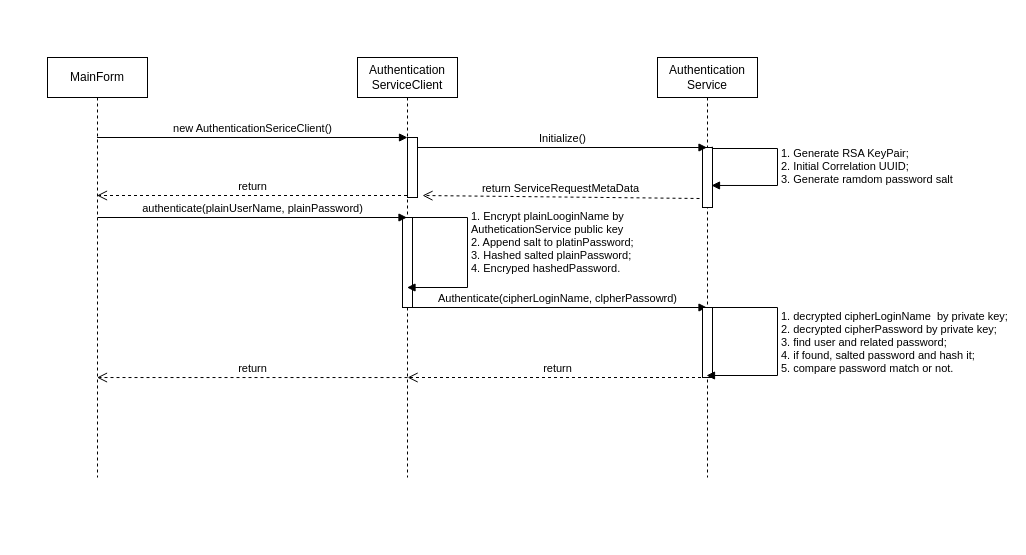
Above: img/SequenceDiagram.drawio in smling/security-authentication (draw.io), before the change. Source tidied: cells renumbered, new cells numbered last; positions are measured from the earlier drawing's top-left corner, leaving out a move shared by most shapes. Both pictures are drawn from the tidied source at 100%, with x=0, y=0 at pixel (47, 57).
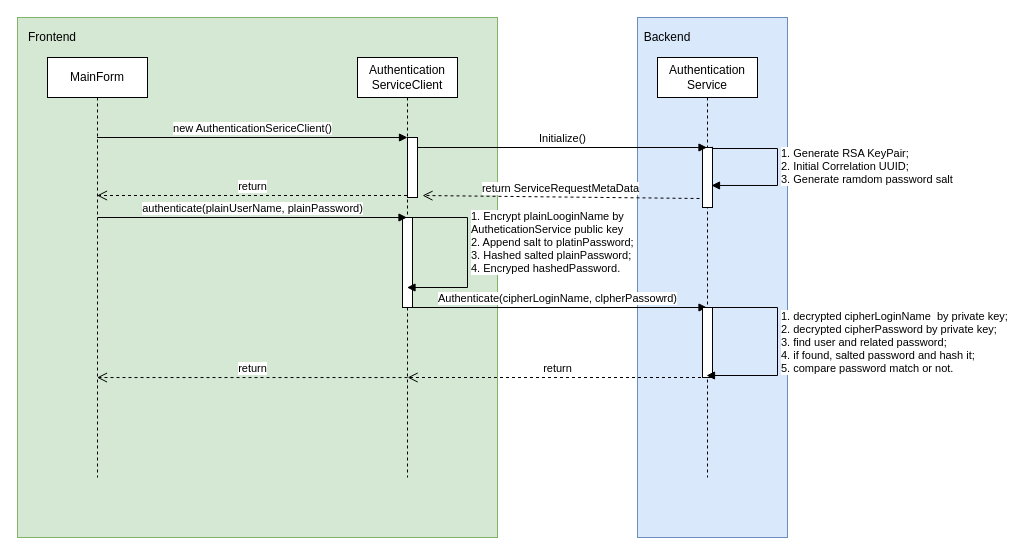
The same page after the edit.

Diff of the diagram source:
```diff
@@
+    <mxCell id="20" style="rounded=0;whiteSpace=wrap;html=1;fillColor=#dae8fc;strokeColor=#6c8ebf;" parent="1" vertex="1">
+      <mxGeometry x="590" y="-40" width="150" height="520" as="geometry" />
+    </mxCell>
+    <mxCell id="21" style="rounded=0;whiteSpace=wrap;html=1;fillColor=#d5e8d4;strokeColor=#82b366;" parent="1" vertex="1">
+      <mxGeometry x="-30" y="-40" width="480" height="520" as="geometry" />
+    </mxCell>
@@
+    <mxCell id="22" value="Frontend" style="text;html=1;strokeColor=none;fillColor=none;align=center;verticalAlign=middle;whiteSpace=wrap;rounded=0;" parent="1" vertex="1">
+      <mxGeometry x="-20" y="-30" width="50" height="20" as="geometry" />
+    </mxCell>
+    <mxCell id="23" value="Backend" style="text;html=1;strokeColor=none;fillColor=none;align=center;verticalAlign=middle;whiteSpace=wrap;rounded=0;" parent="1" vertex="1">
+      <mxGeometry x="600" y="-30" width="40" height="20" as="geometry" />
+    </mxCell>
```
